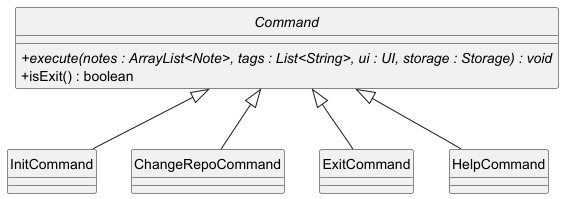
shauntsr/tp keeps this PlantUML diagram as docs/images/SystemCommands.png. Above is the earlier version. The source it was exported from:
```plantuml
@startuml SystemCommands
skinparam classAttributeIconSize 0
hide circle
abstract class Command {
    + {abstract} execute(notes : ArrayList<Note>, tags : List<String>, ui : UI, storage : Storage) : void
    + isExit() : boolean
}
class InitCommand
class ChangeRepoCommand
class ExitCommand
class HelpCommand

InitCommand -up-|> Command
ExitCommand -up-|> Command
ChangeRepoCommand -up-|> Command
HelpCommand -up-|> Command
@enduml
```
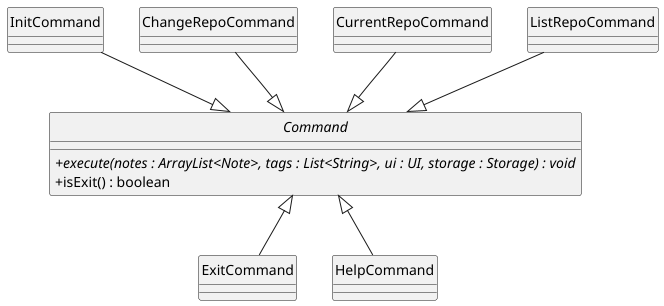
Above is the later version.

What changed in the source:
```diff
@@ -7,11 +7,16 @@
 }
 class InitCommand
 class ChangeRepoCommand
+class CurrentRepoCommand
+class ListRepoCommand
 class ExitCommand
 class HelpCommand
 
-InitCommand -up-|> Command
+InitCommand -down-|> Command
+ChangeRepoCommand -down-|> Command
+CurrentRepoCommand -down-|> Command
+ListRepoCommand -down-|> Command
+
 ExitCommand -up-|> Command
-ChangeRepoCommand -up-|> Command
 HelpCommand -up-|> Command
 @enduml
```
